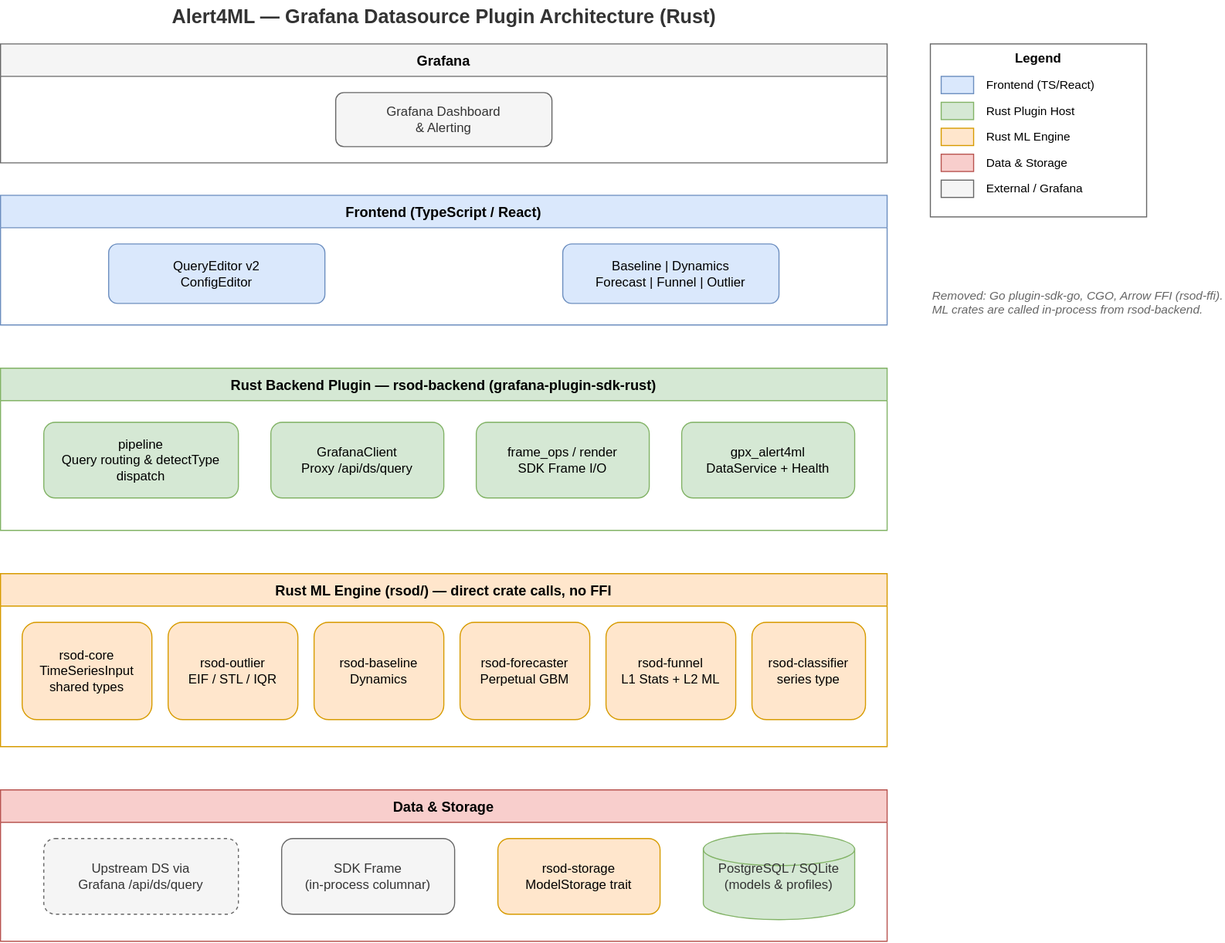
Before: docs/alert4ml-architecture.drawio.svg, a diagram exported from draw.io (IBUMBLEBEE/grafana-alert4ml-datasource). Source tidied: cells renumbered, new cells last; positions are measured from the earlier drawing's top-left corner, leaving out a move shared by most shapes.
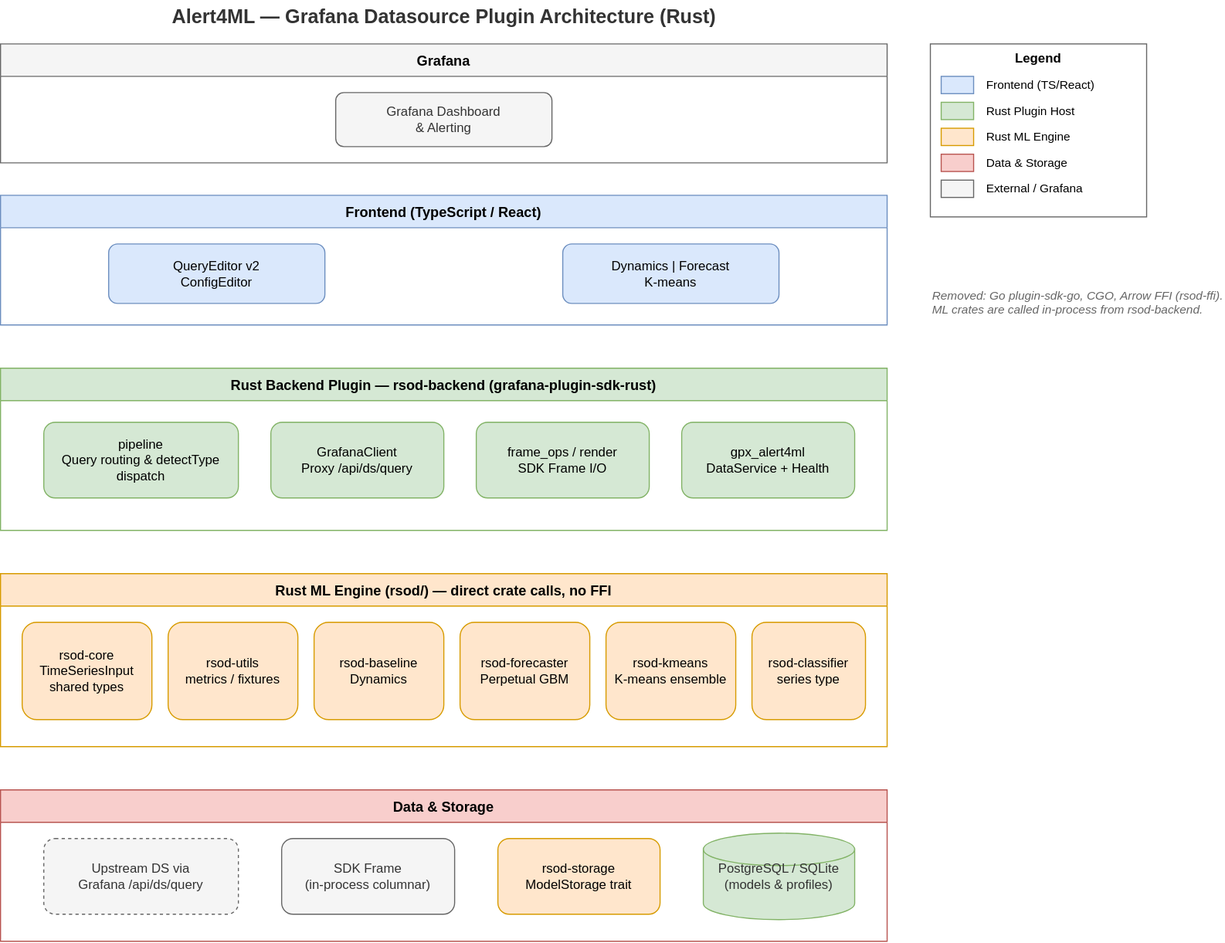
Later version of the same file.

What changed in the source:
```diff
@@ -17,7 +17,7 @@
     <mxCell id="6" value="QueryEditor v2&#10;ConfigEditor" style="rounded=1;whiteSpace=wrap;html=1;fillColor=#dae8fc;strokeColor=#6c8ebf;" parent="5" vertex="1">
       <mxGeometry x="100" y="45" width="200" height="55" as="geometry" />
     </mxCell>
-    <mxCell id="7" value="Baseline | Dynamics&#10;Forecast | Funnel | Outlier" style="rounded=1;whiteSpace=wrap;html=1;fillColor=#dae8fc;strokeColor=#6c8ebf;" parent="5" vertex="1">
+    <mxCell id="7" value="Dynamics | Forecast&#10;K-means" style="rounded=1;whiteSpace=wrap;html=1;fillColor=#dae8fc;strokeColor=#6c8ebf;" parent="5" vertex="1">
       <mxGeometry x="520" y="45" width="200" height="55" as="geometry" />
     </mxCell>
     <mxCell id="8" value="Rust Backend Plugin — rsod-backend (grafana-plugin-sdk-rust)" style="swimlane;startSize=30;fillColor=#d5e8d4;strokeColor=#82b366;fontStyle=1;fontSize=13;" parent="1" vertex="1">
@@ -41,18 +41,18 @@
     <mxCell id="14" value="rsod-core&#10;TimeSeriesInput&#10;shared types" style="rounded=1;whiteSpace=wrap;html=1;fillColor=#ffe6cc;strokeColor=#d79b00;" parent="13" vertex="1">
       <mxGeometry x="20" y="45" width="120" height="90" as="geometry" />
     </mxCell>
-    <mxCell id="15" value="rsod-outlier&#10;EIF / STL / IQR" style="rounded=1;whiteSpace=wrap;html=1;fillColor=#ffe6cc;strokeColor=#d79b00;" parent="13" vertex="1">
-      <mxGeometry x="155" y="45" width="120" height="90" as="geometry" />
-    </mxCell>
+    <mxCell id="37" value="rsod-utils&#10;metrics / fixtures" style="rounded=1;whiteSpace=wrap;html=1;fillColor=#ffe6cc;strokeColor=#d79b00;" parent="13" vertex="1">
+      <mxGeometry x="155" y="45" width="120" height="90" as="geometry" />
+    </mxCell>
     <mxCell id="16" value="rsod-baseline&#10;Dynamics" style="rounded=1;whiteSpace=wrap;html=1;fillColor=#ffe6cc;strokeColor=#d79b00;" parent="13" vertex="1">
       <mxGeometry x="290" y="45" width="120" height="90" as="geometry" />
     </mxCell>
     <mxCell id="17" value="rsod-forecaster&#10;Perpetual GBM" style="rounded=1;whiteSpace=wrap;html=1;fillColor=#ffe6cc;strokeColor=#d79b00;" parent="13" vertex="1">
       <mxGeometry x="425" y="45" width="120" height="90" as="geometry" />
     </mxCell>
-    <mxCell id="18" value="rsod-funnel&#10;L1 Stats + L2 ML" style="rounded=1;whiteSpace=wrap;html=1;fillColor=#ffe6cc;strokeColor=#d79b00;" parent="13" vertex="1">
-      <mxGeometry x="560" y="45" width="120" height="90" as="geometry" />
-    </mxCell>
+    <mxCell id="38" value="rsod-kmeans&#10;K-means ensemble" style="rounded=1;whiteSpace=wrap;html=1;fillColor=#ffe6cc;strokeColor=#d79b00;" parent="13" vertex="1">
+      <mxGeometry x="560" y="45" width="120" height="90" as="geometry" />
+    </mxCell>
     <mxCell id="19" value="rsod-classifier&#10;series type" style="rounded=1;whiteSpace=wrap;html=1;fillColor=#ffe6cc;strokeColor=#d79b00;" parent="13" vertex="1">
       <mxGeometry x="695" y="45" width="105" height="90" as="geometry" />
     </mxCell>
```
